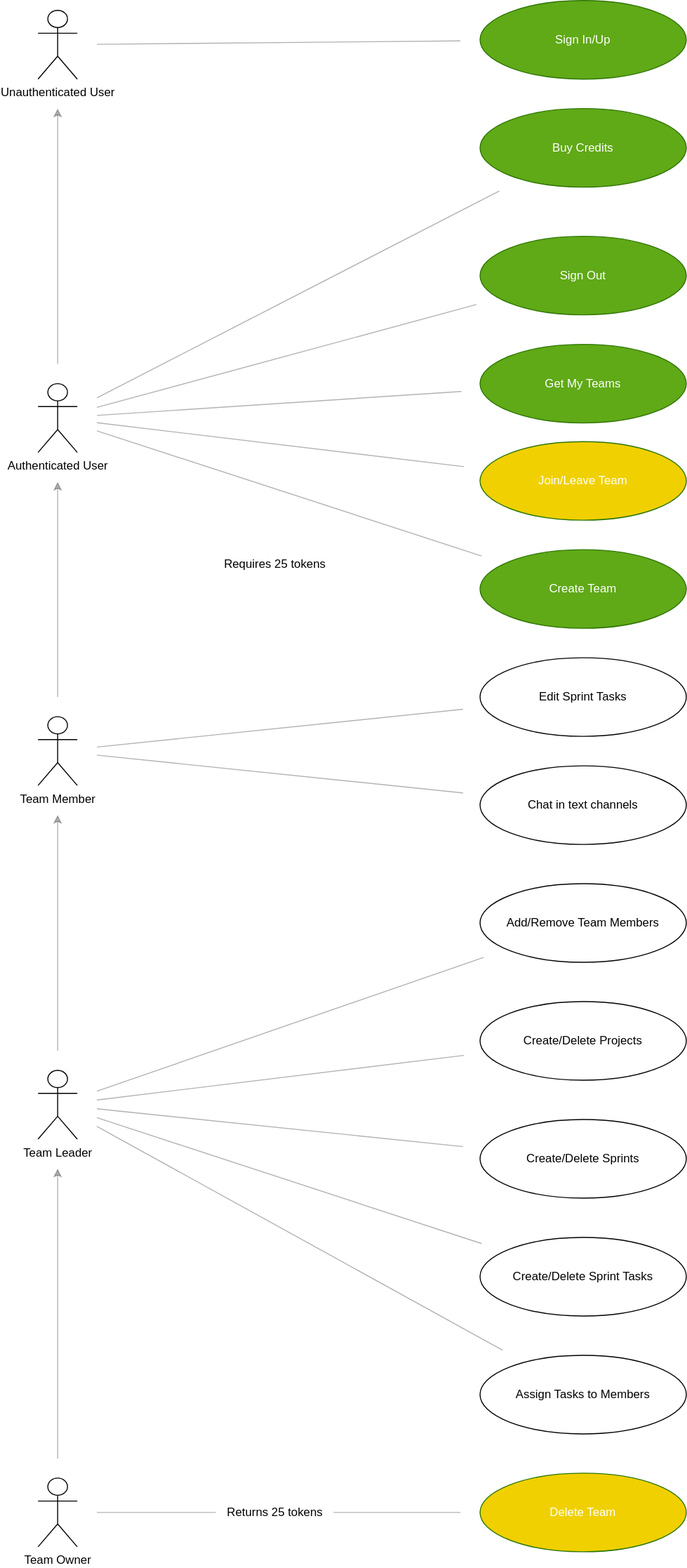
john-prutton/tarc keeps this draw.io diagram as packages/domain/src/use-cases/index.drawio.svg. Above is the earlier version. Source tidied: cells renumbered, new cells last; positions are measured from the earlier drawing's top-left corner, leaving out a move shared by most shapes.
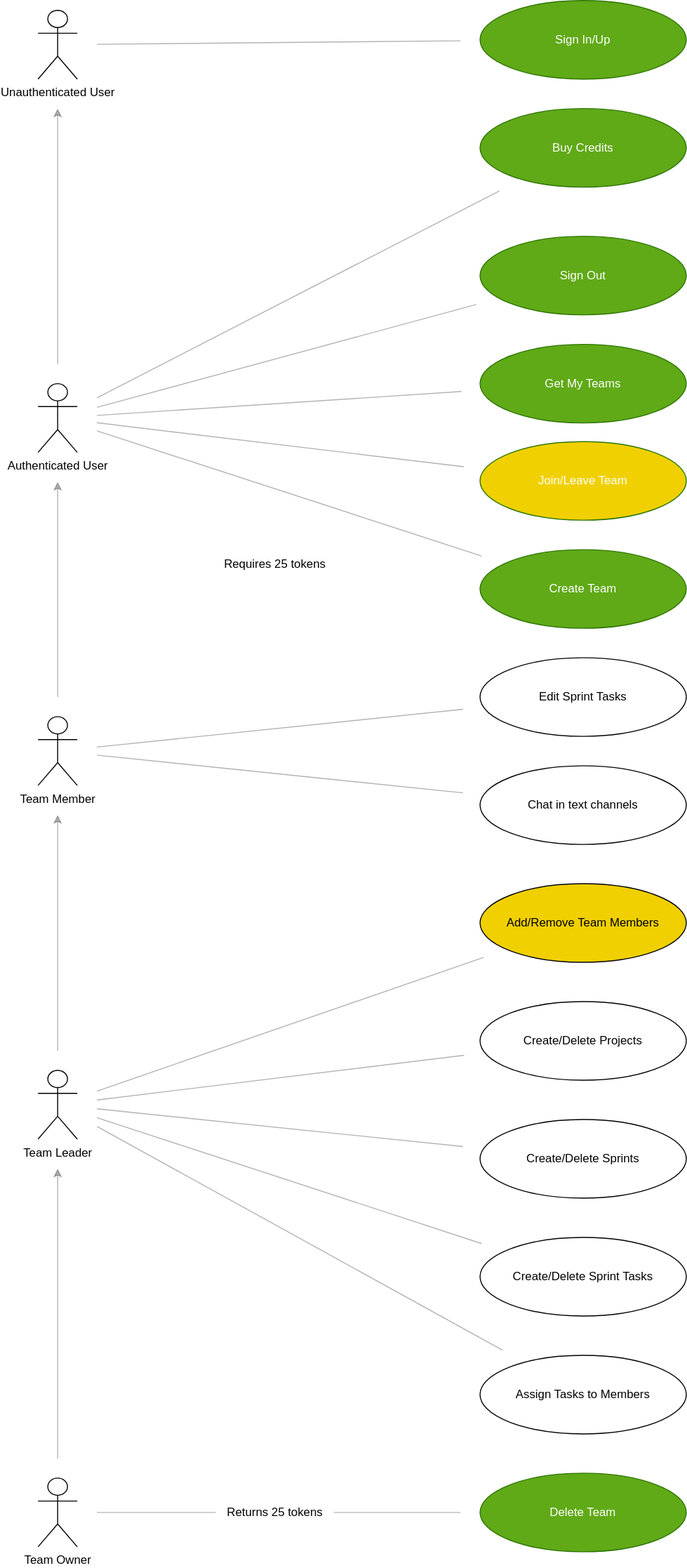
After the change.

Commit message:
feat: add delete-team use-case

Diff of the diagram source:
```diff
@@ -11,7 +11,7 @@
     <mxCell id="4" value="Chat in text channels&amp;nbsp;" style="ellipse;whiteSpace=wrap;html=1;" parent="1" vertex="1">
       <mxGeometry x="450" y="779" width="210" height="80" as="geometry" />
     </mxCell>
-    <mxCell id="5" value="Add/Remove Team Members" style="ellipse;whiteSpace=wrap;html=1;" parent="1" vertex="1">
+    <mxCell id="5" value="Add/Remove Team Members" style="ellipse;whiteSpace=wrap;html=1;fillColor=#F0D000;" parent="1" vertex="1">
       <mxGeometry x="450" y="899" width="210" height="80" as="geometry" />
     </mxCell>
     <mxCell id="6" value="Create/Delete Projects" style="ellipse;whiteSpace=wrap;html=1;" parent="1" vertex="1">
@@ -23,7 +23,7 @@
     <mxCell id="8" value="Assign Tasks to Members" style="ellipse;whiteSpace=wrap;html=1;" parent="1" vertex="1">
       <mxGeometry x="450" y="1379" width="210" height="80" as="geometry" />
     </mxCell>
-    <mxCell id="9" value="Delete Team" style="ellipse;whiteSpace=wrap;html=1;fillColor=#F0D000;fontColor=#ffffff;strokeColor=#2D7600;" parent="1" vertex="1">
+    <mxCell id="9" value="Delete Team" style="ellipse;whiteSpace=wrap;html=1;fillColor=#60a917;fontColor=#ffffff;strokeColor=#2D7600;" parent="1" vertex="1">
       <mxGeometry x="450" y="1499" width="210" height="80" as="geometry" />
     </mxCell>
     <mxCell id="10" value="Team Owner" style="shape=umlActor;verticalLabelPosition=bottom;verticalAlign=top;html=1;outlineConnect=0;" parent="1" vertex="1">
```
